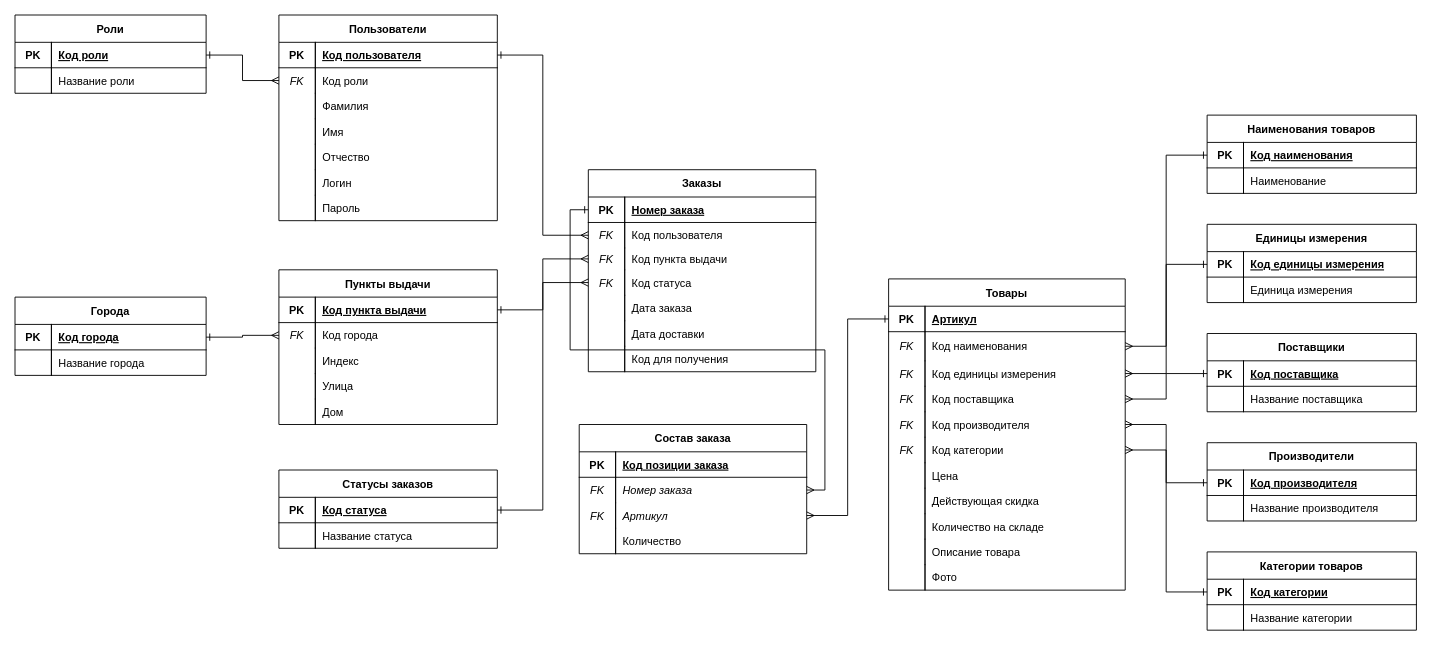
This is 3nf.drawio from Amina1368/kazakbaeva-amina-software-modules, a draw.io file, before an edit. Source tidied: cells renumbered, new cells numbered last; positions are measured from the earlier drawing's top-left corner, leaving out a move shared by most shapes. Both pictures are drawn from the tidied source at 91%, with x=0, y=0 at pixel (15, 15).
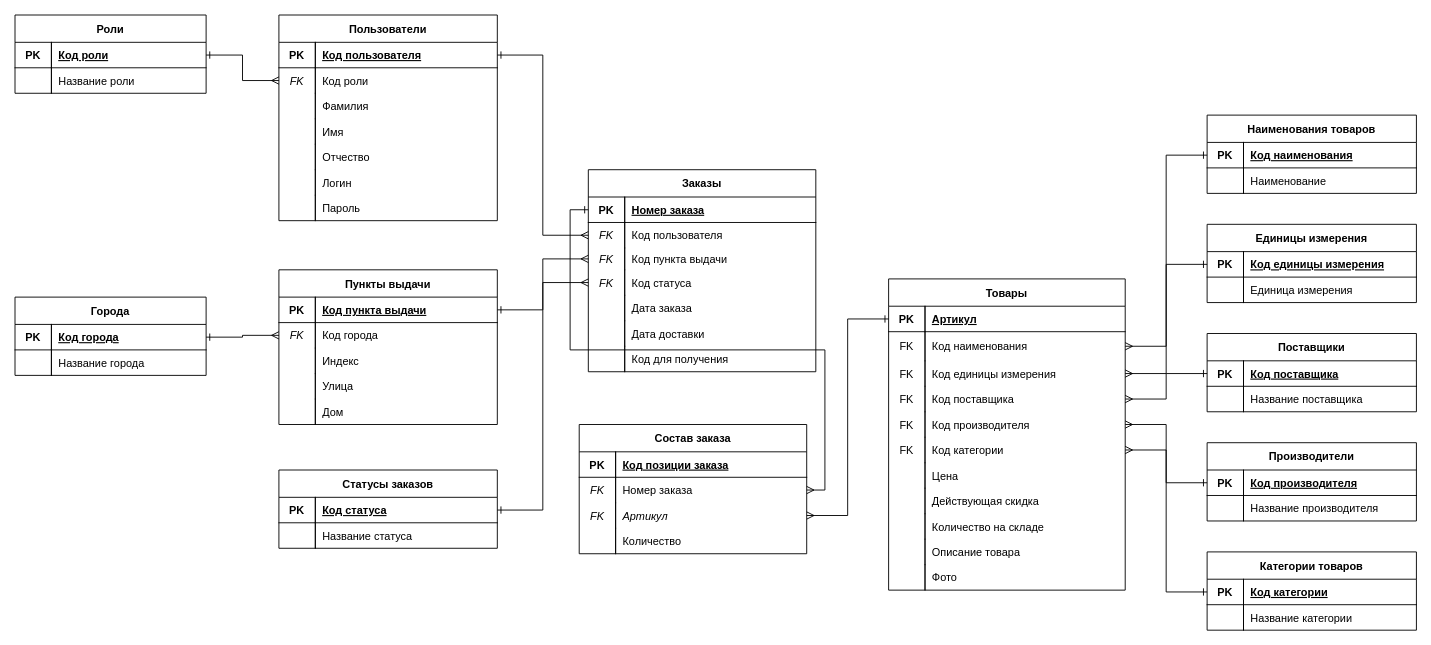
After the change.

Unchanged cells that the change refers to:
```xml
<mxCell id="87" style="shape=tableRow;horizontal=0;startSize=0;swimlaneHead=0;swimlaneBody=0;fillColor=none;points=[[0,0.5],[1,0.5]];portConstraint=eastwest;top=0;left=0;right=0;bottom=0;" parent="83" vertex="1">
  <mxGeometry y="58" width="250" height="28" as="geometry" />
</mxCell>
<mxCell id="100" style="shape=tableRow;horizontal=0;startSize=0;swimlaneHead=0;swimlaneBody=0;fillColor=none;points=[[0,0.5],[1,0.5]];portConstraint=eastwest;top=0;left=0;right=0;bottom=0;" parent="96" vertex="1">
  <mxGeometry y="58" width="260" height="32" as="geometry" />
</mxCell>
<mxCell id="103" style="shape=tableRow;horizontal=0;startSize=0;swimlaneHead=0;swimlaneBody=0;fillColor=none;points=[[0,0.5],[1,0.5]];portConstraint=eastwest;top=0;left=0;right=0;bottom=0;" parent="96" vertex="1">
  <mxGeometry y="90" width="260" height="28" as="geometry" />
</mxCell>
<mxCell id="106" style="shape=tableRow;horizontal=0;startSize=0;swimlaneHead=0;swimlaneBody=0;fillColor=none;points=[[0,0.5],[1,0.5]];portConstraint=eastwest;top=0;left=0;right=0;bottom=0;" parent="96" vertex="1">
  <mxGeometry y="118" width="260" height="28" as="geometry" />
</mxCell>
<mxCell id="109" style="shape=tableRow;horizontal=0;startSize=0;swimlaneHead=0;swimlaneBody=0;fillColor=none;points=[[0,0.5],[1,0.5]];portConstraint=eastwest;top=0;left=0;right=0;bottom=0;" parent="96" vertex="1">
  <mxGeometry y="146" width="260" height="28" as="geometry" />
</mxCell>
<mxCell id="112" style="shape=tableRow;horizontal=0;startSize=0;swimlaneHead=0;swimlaneBody=0;fillColor=none;points=[[0,0.5],[1,0.5]];portConstraint=eastwest;top=0;left=0;right=0;bottom=0;" parent="96" vertex="1">
  <mxGeometry y="174" width="260" height="28" as="geometry" />
</mxCell>
```

The edit, as a diff of the source:
```diff
@@
-    <mxCell id="89" value="Номер заказа" style="shape=partialRectangle;fillColor=none;top=0;left=0;bottom=0;right=0;align=left;spacingLeft=6;fontStyle=2;overflow=hidden;verticalAlign=middle;" parent="87" vertex="1">
+    <mxCell id="89" value="Номер заказа" style="shape=partialRectangle;fillColor=none;top=0;left=0;bottom=0;right=0;align=left;spacingLeft=6;fontStyle=0;overflow=hidden;verticalAlign=middle;" parent="87" vertex="1">
       <mxGeometry x="40" width="210" height="28" as="geometry" />
     </mxCell>
@@
-    <mxCell id="101" value="FK" style="shape=partialRectangle;fillColor=none;top=0;left=0;bottom=0;right=1;fontStyle=2;overflow=hidden;align=center;verticalAlign=middle;strokeColor=#000000;" parent="100" vertex="1">
+    <mxCell id="101" value="FK" style="shape=partialRectangle;fillColor=none;top=0;left=0;bottom=0;right=1;fontStyle=0;overflow=hidden;align=center;verticalAlign=middle;strokeColor=#000000;" parent="100" vertex="1">
       <mxGeometry width="40" height="32" as="geometry" />
     </mxCell>
@@
-    <mxCell id="104" value="FK" style="shape=partialRectangle;fillColor=none;top=0;left=0;bottom=0;right=1;fontStyle=2;overflow=hidden;align=center;verticalAlign=middle;strokeColor=#000000;" parent="103" vertex="1">
+    <mxCell id="104" value="FK" style="shape=partialRectangle;fillColor=none;top=0;left=0;bottom=0;right=1;fontStyle=0;overflow=hidden;align=center;verticalAlign=middle;strokeColor=#000000;" parent="103" vertex="1">
       <mxGeometry width="40" height="28" as="geometry" />
     </mxCell>
@@
-    <mxCell id="107" value="FK" style="shape=partialRectangle;fillColor=none;top=0;left=0;bottom=0;right=1;fontStyle=2;overflow=hidden;align=center;verticalAlign=middle;strokeColor=#000000;" parent="106" vertex="1">
+    <mxCell id="107" value="FK" style="shape=partialRectangle;fillColor=none;top=0;left=0;bottom=0;right=1;fontStyle=0;overflow=hidden;align=center;verticalAlign=middle;strokeColor=#000000;" parent="106" vertex="1">
       <mxGeometry width="40" height="28" as="geometry" />
     </mxCell>
@@
-    <mxCell id="110" value="FK" style="shape=partialRectangle;fillColor=none;top=0;left=0;bottom=0;right=1;fontStyle=2;overflow=hidden;align=center;verticalAlign=middle;strokeColor=#000000;" parent="109" vertex="1">
+    <mxCell id="110" value="FK" style="shape=partialRectangle;fillColor=none;top=0;left=0;bottom=0;right=1;fontStyle=0;overflow=hidden;align=center;verticalAlign=middle;strokeColor=#000000;" parent="109" vertex="1">
       <mxGeometry width="40" height="28" as="geometry" />
     </mxCell>
@@
-    <mxCell id="113" value="FK" style="shape=partialRectangle;fillColor=none;top=0;left=0;bottom=0;right=1;fontStyle=2;overflow=hidden;align=center;verticalAlign=middle;strokeColor=#000000;" parent="112" vertex="1">
+    <mxCell id="113" value="FK" style="shape=partialRectangle;fillColor=none;top=0;left=0;bottom=0;right=1;fontStyle=0;overflow=hidden;align=center;verticalAlign=middle;strokeColor=#000000;" parent="112" vertex="1">
       <mxGeometry width="40" height="28" as="geometry" />
     </mxCell>
```
